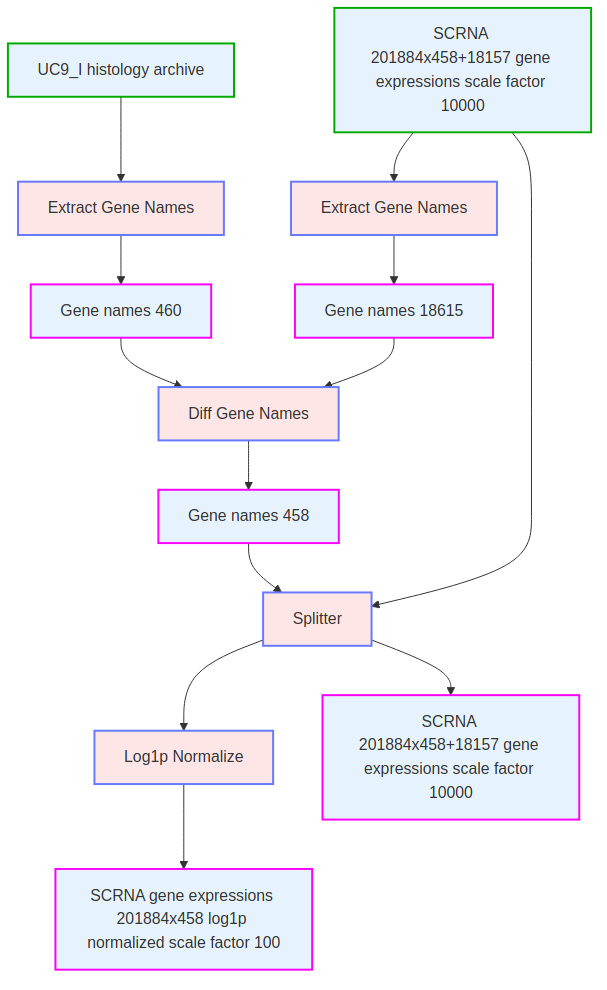
The Mermaid diagram mermaid/SCRNA_unpack.png in catskillsresearch/broad-3-catskills, before a commit. Its source is kept beside it as mermaid/SCRNA_unpack.mmd.
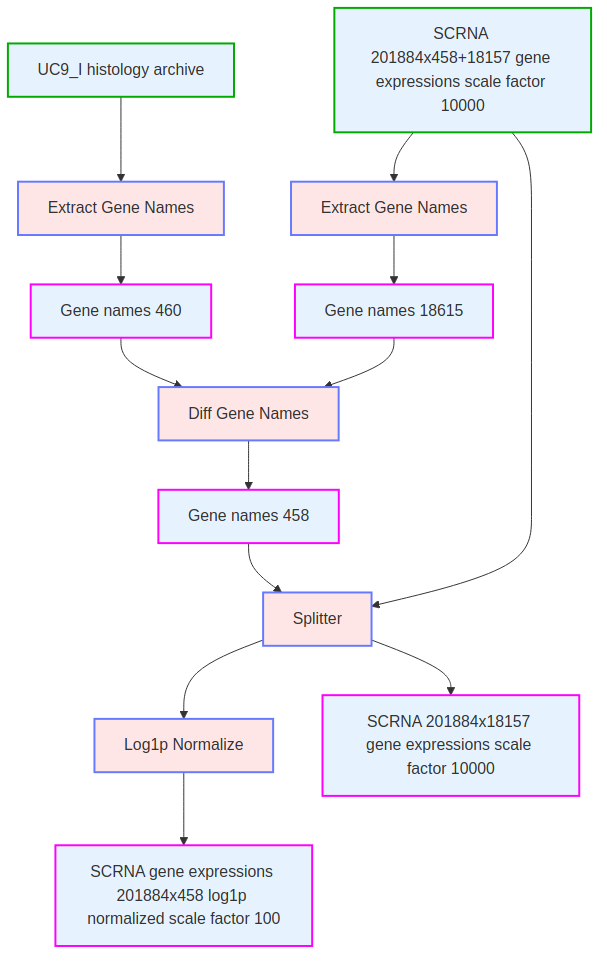
After the change.

Diff of the diagram source:
```diff
@@ -20,6 +20,6 @@
     data17 & data172 --> op1010 --> data171 --> op9
     op172["Log1p Normalize"]:::op
     data14 --> op9
-    data141["SCRNA 201884x458+18157 gene expressions scale factor 10000"]:::outputData
+    data141["SCRNA 201884x18157 gene expressions scale factor 10000"]:::outputData
     op9 --> op172 --> data15
     op9 --> data141
```
